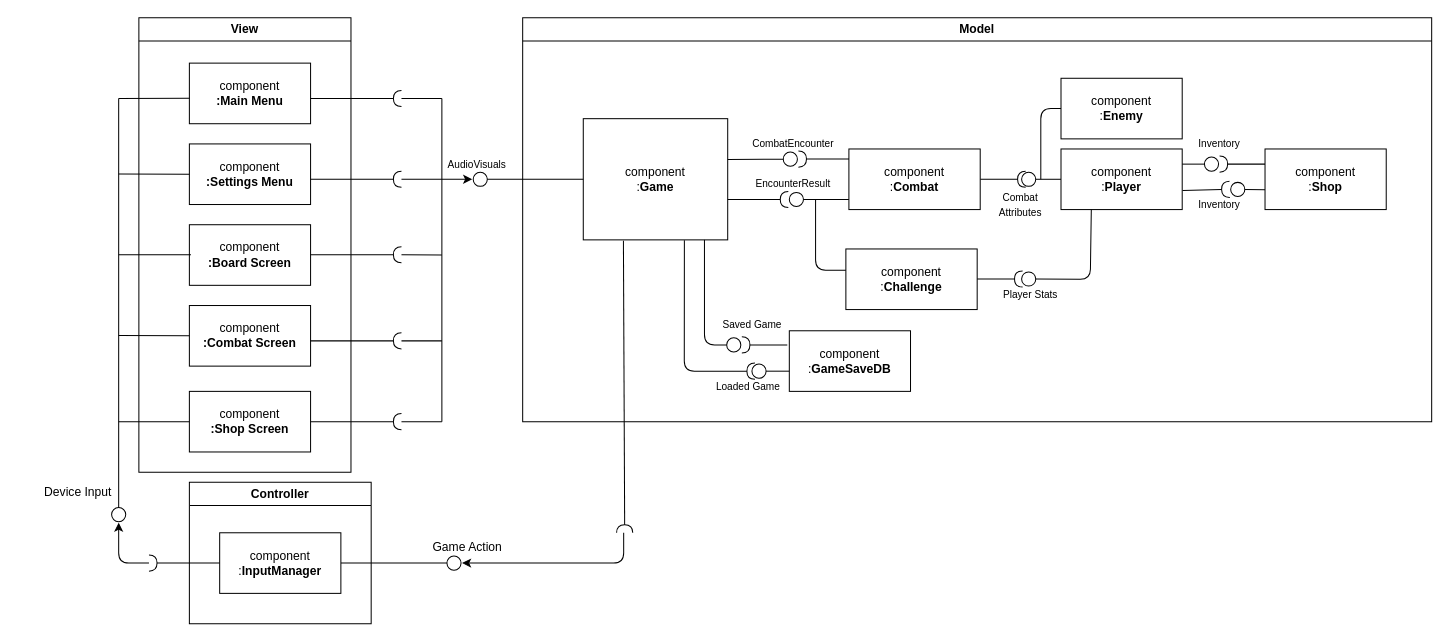
Earlier version of the draw.io diagram NOTCODE/component.drawio (LeoAUT1/COMP602-Assignment-1). Source tidied: cells renumbered, new cells numbered last; positions are measured from the earlier drawing's top-left corner, leaving out a move shared by most shapes. Both pictures are drawn from the tidied source at 101%, with x=0, y=0 at pixel (17, 17).
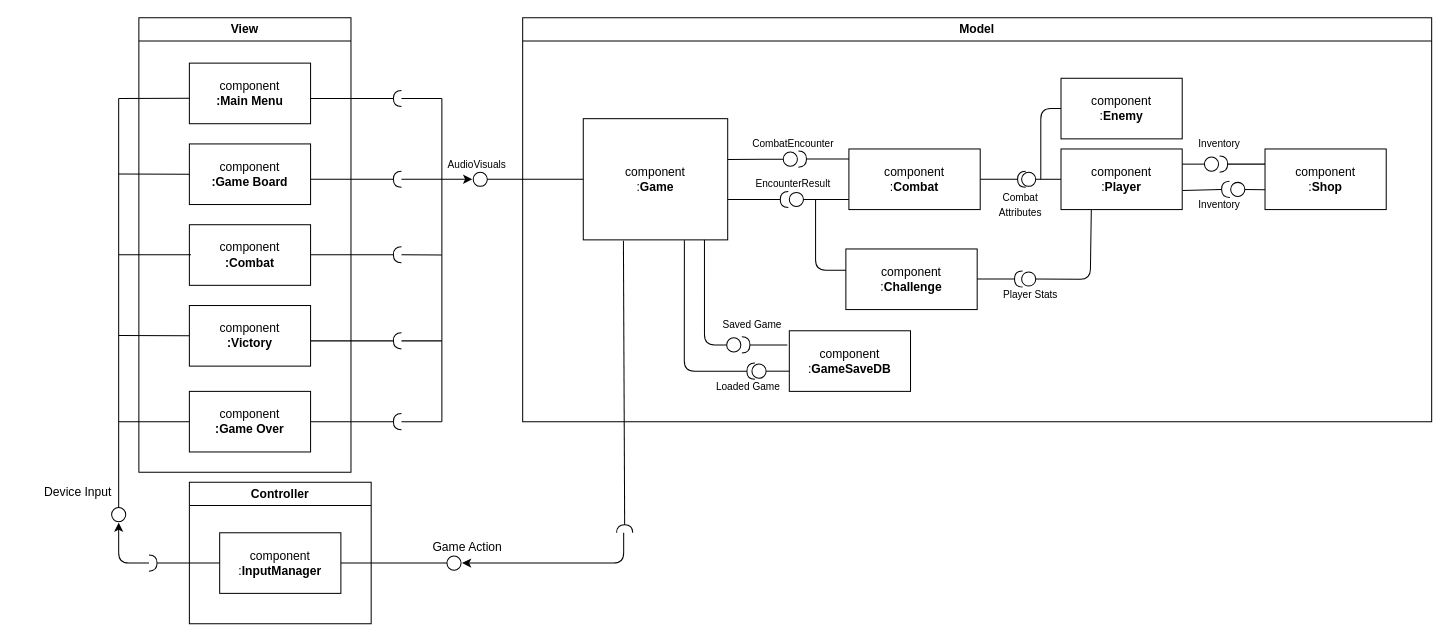
The same diagram, later.

Unchanged cells that the change refers to:
```xml
<mxCell id="2" value="View" style="swimlane;whiteSpace=wrap;html=1;" parent="1" vertex="1">
  <mxGeometry x="120" width="210" height="450" as="geometry" />
</mxCell>
```

Diff of the diagram source:
```diff
@@
-    <mxCell id="4" value="component&lt;br&gt;&lt;b&gt;:Settings Menu&lt;/b&gt;" style="rounded=0;whiteSpace=wrap;html=1;" parent="2" vertex="1">
+    <mxCell id="4" value="component&lt;br&gt;&lt;b&gt;:Game Board&lt;/b&gt;" style="rounded=0;whiteSpace=wrap;html=1;" parent="2" vertex="1">
       <mxGeometry x="50" y="125" width="120" height="60" as="geometry" />
     </mxCell>
-    <mxCell id="5" value="component&lt;br&gt;&lt;b&gt;:Board Screen&lt;/b&gt;" style="rounded=0;whiteSpace=wrap;html=1;" parent="2" vertex="1">
+    <mxCell id="5" value="component&lt;br&gt;&lt;b&gt;:Combat&lt;/b&gt;" style="rounded=0;whiteSpace=wrap;html=1;" parent="2" vertex="1">
       <mxGeometry x="50" y="205" width="120" height="60" as="geometry" />
     </mxCell>
-    <mxCell id="6" value="component&lt;br&gt;&lt;b&gt;:Combat Screen&lt;/b&gt;" style="rounded=0;whiteSpace=wrap;html=1;" parent="2" vertex="1">
+    <mxCell id="6" value="component&lt;br&gt;&lt;b&gt;:Victory&lt;/b&gt;" style="rounded=0;whiteSpace=wrap;html=1;" parent="2" vertex="1">
       <mxGeometry x="50" y="285" width="120" height="60" as="geometry" />
     </mxCell>
-    <mxCell id="7" value="component&lt;br&gt;&lt;b&gt;:Shop Screen&lt;/b&gt;" style="rounded=0;whiteSpace=wrap;html=1;" parent="2" vertex="1">
+    <mxCell id="7" value="component&lt;br&gt;&lt;b&gt;:Game Over&lt;/b&gt;" style="rounded=0;whiteSpace=wrap;html=1;" parent="2" vertex="1">
       <mxGeometry x="50" y="370" width="120" height="60" as="geometry" />
     </mxCell>
```
